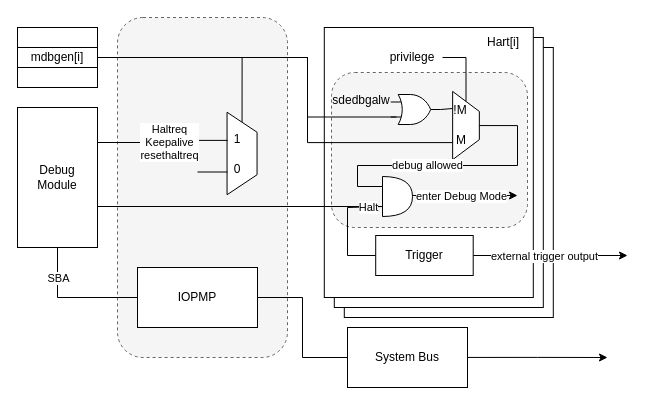
Before: page "Page-3" (3 of 4) of images/external_debug_protection.drawio in riscv-non-isa/riscv-external-debug-security, a draw.io diagram. Source tidied: cells renumbered, new cells numbered last; positions are measured from the earlier drawing's top-left corner, leaving out a move shared by most shapes. Both pictures are drawn from the tidied source at 100%, with x=0, y=0 at pixel (17, 17).
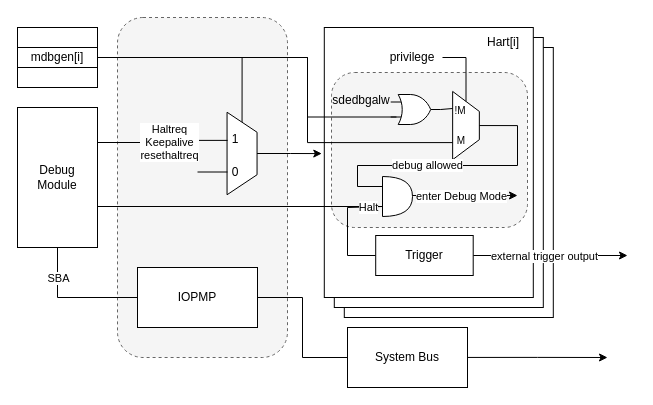
The same page after the edit.

Unchanged cells that the change refers to:
```xml
<mxCell id="4" style="rounded=0;whiteSpace=wrap;html=1;" parent="1" vertex="1">
  <mxGeometry x="306.8" y="10" width="209" height="270" as="geometry" />
</mxCell>
<mxCell id="21" style="group;" parent="1" vertex="1">
  <mxGeometry x="192.5" y="91" width="57.5" height="90" as="geometry" />
</mxCell>
<mxCell id="22" style="shape=trapezoid;perimeter=trapezoidPerimeter;whiteSpace=wrap;html=1;fixedSize=1;rotation=90;" parent="21" vertex="1">
  <mxGeometry x="-9.2" y="30" width="82.5" height="30" as="geometry" />
</mxCell>
<mxCell id="31" style="group;" parent="1" vertex="1">
  <mxGeometry x="422" y="68" width="49.6" height="80" as="geometry" />
</mxCell>
```

The edit, as a diff of the source:
```diff
@@
     <mxCell id="23" value="1" style="text;html=1;align=center;verticalAlign=middle;whiteSpace=wrap;rounded=0;" parent="21" vertex="1">
-      <mxGeometry x="-2.5" y="16" width="60" height="30" as="geometry" />
+      <mxGeometry x="-4.5" y="15.7" width="60" height="30" as="geometry" />
     </mxCell>
     <mxCell id="24" value="0" style="text;html=1;align=center;verticalAlign=middle;whiteSpace=wrap;rounded=0;" parent="21" vertex="1">
-      <mxGeometry x="-2.5" y="46" width="60" height="30" as="geometry" />
+      <mxGeometry x="-4.5" y="49" width="60" height="30" as="geometry" />
     </mxCell>
@@
-    <mxCell id="33" value="!M" style="text;html=1;align=center;verticalAlign=middle;whiteSpace=wrap;rounded=0;" parent="31" vertex="1">
+    <mxCell id="33" value="&lt;font style=&quot;font-size: 10px;&quot;&gt;!M&lt;/font&gt;" style="text;html=1;align=center;verticalAlign=middle;whiteSpace=wrap;rounded=0;" parent="31" vertex="1">
       <mxGeometry x="-4.1" y="12" width="49.6" height="26.7" as="geometry" />
     </mxCell>
-    <mxCell id="34" value="M" style="text;html=1;align=center;verticalAlign=middle;whiteSpace=wrap;rounded=0;" parent="31" vertex="1">
+    <mxCell id="34" value="&lt;font style=&quot;font-size: 10px;&quot;&gt;M&lt;/font&gt;" style="text;html=1;align=center;verticalAlign=middle;whiteSpace=wrap;rounded=0;" parent="31" vertex="1">
       <mxGeometry x="-3" y="42" width="49.6" height="26.7" as="geometry" />
     </mxCell>
@@
+    <mxCell id="49" style="edgeStyle=orthogonalEdgeStyle;rounded=0;jettySize=auto;html=1;exitX=0.5;exitY=0;exitDx=0;exitDy=0;entryX=-0.012;entryY=0.467;entryDx=0;entryDy=0;entryPerimeter=0;" parent="1" edge="1" source="22" target="4">
+      <mxGeometry relative="1" as="geometry" />
+    </mxCell>
```
